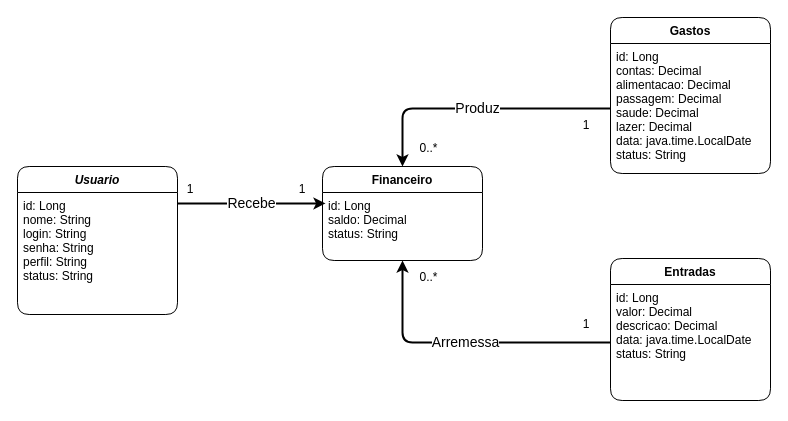
Tatacobr/colaboradevs keeps this draw.io diagram as angular-e-springboot/diagrama.drawio. Above is the earlier version. Source tidied: cells renumbered, new cells numbered last; positions are measured from the earlier drawing's top-left corner, leaving out a move shared by most shapes. Both pictures are drawn from the tidied source at 100%, with x=0, y=0 at pixel (17, 17).
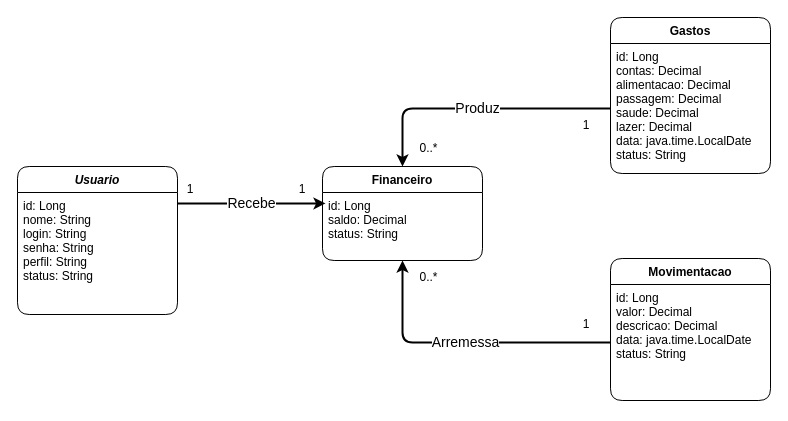
The same diagram, later.

Diff of the diagram source:
```diff
@@
 <mxGraphModel>
   <root>
     <mxCell id="0" />
     <mxCell id="1" parent="0" />
     <mxCell id="2" value="&lt;font style=&quot;font-size: 14px;&quot;&gt;Recebe&lt;/font&gt;" style="edgeStyle=orthogonalEdgeStyle;rounded=1;jettySize=auto;html=1;exitX=1;exitY=0.25;exitDx=0;exitDy=0;entryX=0.019;entryY=0.177;entryDx=0;entryDy=0;entryPerimeter=0;shadow=0;strokeColor=default;strokeWidth=2;" parent="1" edge="1" source="3" target="6">
       <mxGeometry relative="1" as="geometry" />
     </mxCell>
     <mxCell id="3" value="Usuario" style="swimlane;fontStyle=3;align=center;verticalAlign=top;horizontal=1;startSize=26;rounded=1;shadow=0;strokeWidth=1;labelBackgroundColor=none;" parent="1" vertex="1">
       <mxGeometry y="149" width="160" height="148" as="geometry" />
     </mxCell>
     <mxCell id="4" value="id: Long&#10;nome: String&#10;login: String&#10;senha: String&#10;perfil: String&#10;status: String" style="text;align=left;verticalAlign=top;spacingLeft=4;spacingRight=4;overflow=hidden;labelBackgroundColor=none;rounded=1;" parent="3" vertex="1">
       <mxGeometry y="26" width="160" height="122" as="geometry" />
     </mxCell>
     <mxCell id="5" value="Financeiro" style="swimlane;fontStyle=1;align=center;verticalAlign=top;horizontal=1;startSize=26;rounded=1;shadow=0;strokeWidth=1;labelBackgroundColor=none;" parent="1" vertex="1">
       <mxGeometry x="305" y="149" width="160" height="94" as="geometry" />
     </mxCell>
     <mxCell id="6" value="id: Long&#10;saldo: Decimal&#10;status: String" style="text;align=left;verticalAlign=top;spacingLeft=4;spacingRight=4;overflow=hidden;points=[[0,0.5],[1,0.5]];portConstraint=eastwest;labelBackgroundColor=none;rounded=1;" parent="5" vertex="1">
       <mxGeometry y="26" width="160" height="62" as="geometry" />
     </mxCell>
     <mxCell id="7" value="Gastos" style="swimlane;fontStyle=1;align=center;verticalAlign=top;horizontal=1;startSize=26;rounded=1;shadow=0;strokeWidth=1;labelBackgroundColor=none;" parent="1" vertex="1">
       <mxGeometry x="593" width="160" height="156" as="geometry" />
     </mxCell>
     <mxCell id="8" value="id: Long&#10;contas: Decimal&#10;alimentacao: Decimal&#10;passagem: Decimal&#10;saude: Decimal&#10;lazer: Decimal&#10;data: java.time.LocalDate&#10;status: String" style="text;align=left;verticalAlign=top;spacingLeft=4;spacingRight=4;overflow=hidden;points=[[0,0.5],[1,0.5]];portConstraint=eastwest;labelBackgroundColor=none;rounded=1;" parent="7" vertex="1">
       <mxGeometry y="26" width="160" height="130" as="geometry" />
     </mxCell>
     <mxCell id="9" value="1" style="text;strokeColor=none;align=center;fillColor=none;html=1;verticalAlign=middle;whiteSpace=wrap;rounded=0;" parent="1" vertex="1">
       <mxGeometry x="143" y="157" width="60" height="30" as="geometry" />
     </mxCell>
     <mxCell id="10" value="0..*" style="text;html=1;align=center;verticalAlign=middle;strokeColor=none;fillColor=none;" parent="1" vertex="1">
       <mxGeometry x="393" y="247" width="36" height="26" as="geometry" />
     </mxCell>
-    <mxCell id="11" value="Entradas" style="swimlane;fontStyle=1;align=center;verticalAlign=top;horizontal=1;startSize=26;rounded=1;shadow=0;strokeWidth=1;labelBackgroundColor=none;" parent="1" vertex="1">
+    <mxCell id="11" value="Movimentacao" style="swimlane;fontStyle=1;align=center;verticalAlign=top;horizontal=1;startSize=26;rounded=1;shadow=0;strokeWidth=1;labelBackgroundColor=none;" parent="1" vertex="1">
       <mxGeometry x="593" y="241" width="160" height="142" as="geometry" />
     </mxCell>
     <mxCell id="12" value="id: Long&#10;valor: Decimal&#10;descricao: Decimal&#10;data: java.time.LocalDate&#10;status: String" style="text;align=left;verticalAlign=top;spacingLeft=4;spacingRight=4;overflow=hidden;points=[[0,0.5],[1,0.5]];portConstraint=eastwest;labelBackgroundColor=none;rounded=1;" parent="11" vertex="1">
       <mxGeometry y="26" width="160" height="116" as="geometry" />
     </mxCell>
     <mxCell id="13" value="Arremessa" style="edgeStyle=orthogonalEdgeStyle;rounded=1;jettySize=auto;html=1;exitX=0;exitY=0.5;exitDx=0;exitDy=0;entryX=0.5;entryY=1;entryDx=0;entryDy=0;shadow=0;strokeColor=default;strokeWidth=2;fontSize=14;" parent="1" edge="1" source="12" target="5">
       <mxGeometry relative="1" as="geometry" />
     </mxCell>
     <mxCell id="14" value="Produz" style="edgeStyle=orthogonalEdgeStyle;rounded=1;jettySize=auto;html=1;exitX=0;exitY=0.5;exitDx=0;exitDy=0;entryX=0.5;entryY=0;entryDx=0;entryDy=0;shadow=0;strokeColor=default;strokeWidth=2;fontSize=14;" parent="1" edge="1" source="8" target="5">
       <mxGeometry relative="1" as="geometry" />
     </mxCell>
     <mxCell id="15" value="0..*" style="text;html=1;align=center;verticalAlign=middle;strokeColor=none;fillColor=none;" parent="1" vertex="1">
       <mxGeometry x="393" y="118" width="36" height="26" as="geometry" />
     </mxCell>
     <mxCell id="16" value="1" style="text;strokeColor=none;align=center;fillColor=none;html=1;verticalAlign=middle;whiteSpace=wrap;rounded=0;" parent="1" vertex="1">
       <mxGeometry x="255" y="157" width="60" height="30" as="geometry" />
     </mxCell>
     <mxCell id="17" value="1" style="text;strokeColor=none;align=center;fillColor=none;html=1;verticalAlign=middle;whiteSpace=wrap;rounded=0;" parent="1" vertex="1">
       <mxGeometry x="539" y="292" width="60" height="30" as="geometry" />
     </mxCell>
     <mxCell id="18" value="1" style="text;strokeColor=none;align=center;fillColor=none;html=1;verticalAlign=middle;whiteSpace=wrap;rounded=0;" parent="1" vertex="1">
       <mxGeometry x="539" y="93" width="60" height="30" as="geometry" />
     </mxCell>
   </root>
 </mxGraphModel>
```
